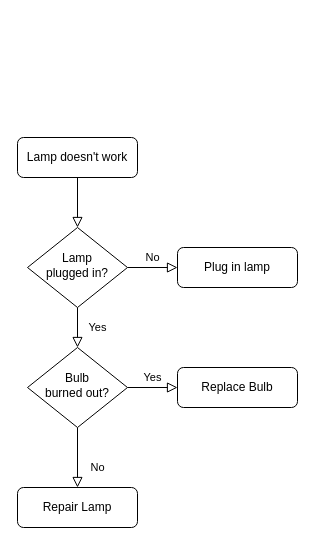
Before: Documentation/lms.drawio in Andipstha/theFusion-Project-II, a draw.io diagram. Source tidied: cells renumbered, new cells numbered last; positions are measured from the earlier drawing's top-left corner, leaving out a move shared by most shapes. Both pictures are drawn from the tidied source at 100%, with x=0, y=0 at pixel (17, 137).
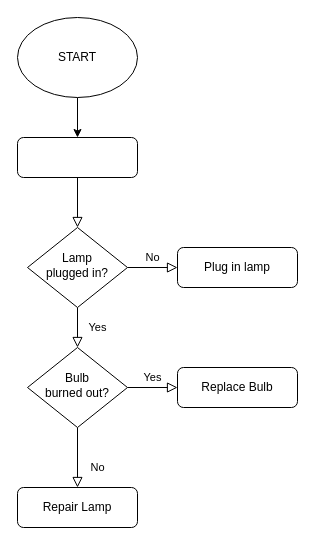
The same diagram, later.

What changed in the source:
```diff
@@
 <mxGraphModel>
   <root>
     <mxCell id="0" />
     <mxCell id="1" parent="0" />
     <mxCell id="2" style="rounded=0;html=1;jettySize=auto;fontSize=11;endArrow=block;endFill=0;endSize=8;strokeWidth=1;shadow=0;labelBackgroundColor=none;edgeStyle=orthogonalEdgeStyle;" parent="1" edge="1" source="3" target="6">
       <mxGeometry relative="1" as="geometry" />
     </mxCell>
-    <mxCell id="3" value="Lamp doesn't work" style="rounded=1;whiteSpace=wrap;html=1;fontSize=12;glass=0;strokeWidth=1;shadow=0;" parent="1" vertex="1">
+    <mxCell id="3" style="rounded=1;whiteSpace=wrap;html=1;fontSize=12;glass=0;strokeWidth=1;shadow=0;" parent="1" vertex="1">
       <mxGeometry width="120" height="40" as="geometry" />
     </mxCell>
     <mxCell id="4" value="Yes" style="rounded=0;html=1;jettySize=auto;fontSize=11;endArrow=block;endFill=0;endSize=8;strokeWidth=1;shadow=0;labelBackgroundColor=none;edgeStyle=orthogonalEdgeStyle;" parent="1" edge="1" source="6" target="10">
       <mxGeometry y="20" relative="1" as="geometry" />
     </mxCell>
     <mxCell id="5" value="No" style="edgeStyle=orthogonalEdgeStyle;rounded=0;html=1;jettySize=auto;fontSize=11;endArrow=block;endFill=0;endSize=8;strokeWidth=1;shadow=0;labelBackgroundColor=none;" parent="1" edge="1" source="6" target="7">
       <mxGeometry y="10" relative="1" as="geometry" />
     </mxCell>
     <mxCell id="6" value="Lamp&lt;br&gt;plugged in?" style="rhombus;whiteSpace=wrap;html=1;shadow=0;fontFamily=Helvetica;fontSize=12;align=center;strokeWidth=1;spacing=6;spacingTop=-4;" parent="1" vertex="1">
       <mxGeometry x="10" y="90" width="100" height="80" as="geometry" />
     </mxCell>
     <mxCell id="7" value="Plug in lamp" style="rounded=1;whiteSpace=wrap;html=1;fontSize=12;glass=0;strokeWidth=1;shadow=0;" parent="1" vertex="1">
       <mxGeometry x="160" y="110" width="120" height="40" as="geometry" />
     </mxCell>
     <mxCell id="8" value="No" style="rounded=0;html=1;jettySize=auto;fontSize=11;endArrow=block;endFill=0;endSize=8;strokeWidth=1;shadow=0;labelBackgroundColor=none;edgeStyle=orthogonalEdgeStyle;" parent="1" edge="1" source="10" target="11">
       <mxGeometry x="0.33" y="20" relative="1" as="geometry" />
     </mxCell>
     <mxCell id="9" value="Yes" style="edgeStyle=orthogonalEdgeStyle;rounded=0;html=1;jettySize=auto;fontSize=11;endArrow=block;endFill=0;endSize=8;strokeWidth=1;shadow=0;labelBackgroundColor=none;" parent="1" edge="1" source="10" target="12">
       <mxGeometry y="10" relative="1" as="geometry" />
     </mxCell>
     <mxCell id="10" value="Bulb&lt;br&gt;burned out?" style="rhombus;whiteSpace=wrap;html=1;shadow=0;fontFamily=Helvetica;fontSize=12;align=center;strokeWidth=1;spacing=6;spacingTop=-4;" parent="1" vertex="1">
       <mxGeometry x="10" y="210" width="100" height="80" as="geometry" />
     </mxCell>
     <mxCell id="11" value="Repair Lamp" style="rounded=1;whiteSpace=wrap;html=1;fontSize=12;glass=0;strokeWidth=1;shadow=0;" parent="1" vertex="1">
       <mxGeometry y="350" width="120" height="40" as="geometry" />
     </mxCell>
     <mxCell id="12" value="Replace Bulb" style="rounded=1;whiteSpace=wrap;html=1;fontSize=12;glass=0;strokeWidth=1;shadow=0;" parent="1" vertex="1">
       <mxGeometry x="160" y="230" width="120" height="40" as="geometry" />
     </mxCell>
+    <mxCell id="13" style="edgeStyle=orthogonalEdgeStyle;rounded=0;jettySize=auto;html=1;" parent="1" edge="1" source="14" target="3">
+      <mxGeometry relative="1" as="geometry" />
+    </mxCell>
+    <mxCell id="14" value="START" style="ellipse;whiteSpace=wrap;html=1;" parent="1" vertex="1">
+      <mxGeometry y="-120" width="120" height="80" as="geometry" />
+    </mxCell>
   </root>
 </mxGraphModel>
```
